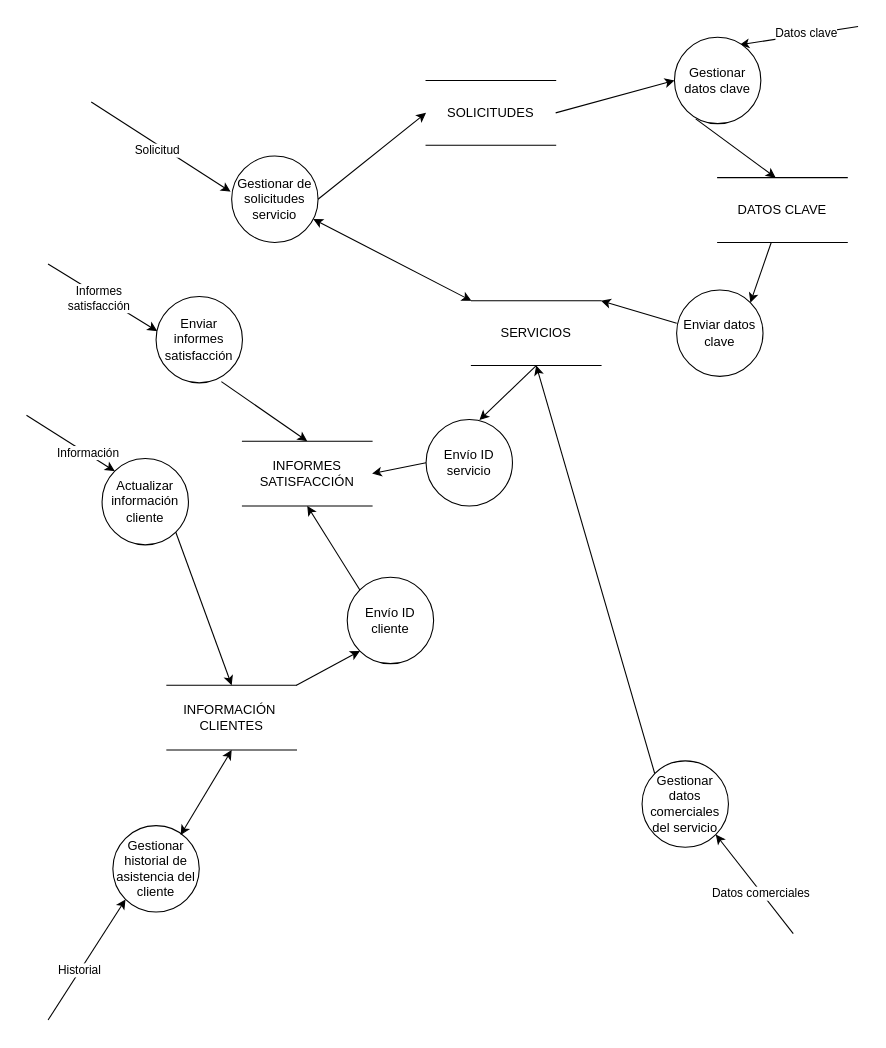
Earlier version of the draw.io diagram IngenieríaDeSoftware/Práctica 2 Actividad 2/DFD Nivel 2.drawio (aloantony/TrabajosEnGrupoGII-DalilaTony). Source tidied: cells renumbered, new cells numbered last; positions are measured from the earlier drawing's top-left corner, leaving out a move shared by most shapes. Both pictures are drawn from the tidied source at 108%, with x=0, y=0 at pixel (26, 26).
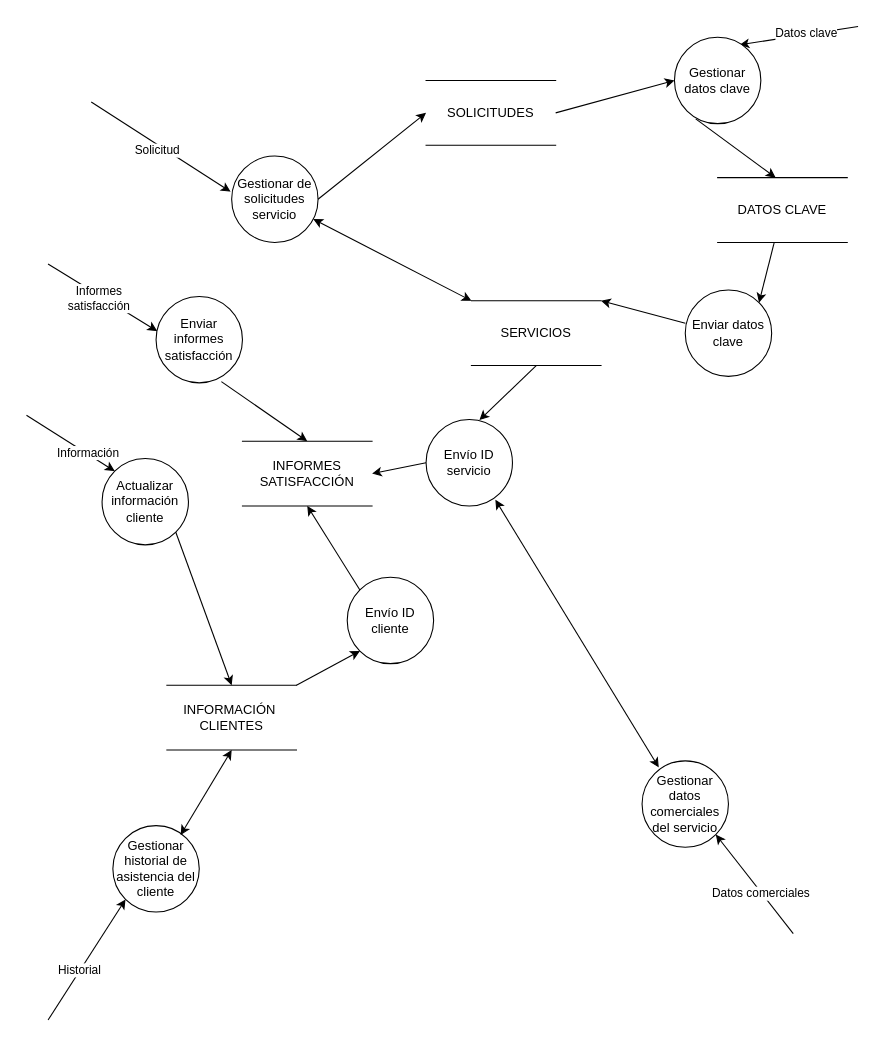
After the change.

The change refers to these unchanged cells:
```xml
<mxCell id="3" value="&lt;div&gt;Gestionar datos comerciales del servicio&lt;br&gt;&lt;/div&gt;" style="ellipse;whiteSpace=wrap;html=1;" parent="1" vertex="1">
  <mxGeometry x="570" y="680" width="80" height="80" as="geometry" />
</mxCell>
<mxCell id="14" value="SERVICIOS" style="shape=partialRectangle;whiteSpace=wrap;html=1;left=0;right=0;fillColor=none;" parent="1" vertex="1">
  <mxGeometry x="412" y="254" width="120" height="60" as="geometry" />
</mxCell>
<mxCell id="36" value="Envío ID servicio" style="ellipse;whiteSpace=wrap;html=1;rotation=0;" parent="1" vertex="1">
  <mxGeometry x="370" y="364" width="80" height="80" as="geometry" />
</mxCell>
```

The edit, as a diff of the source:
```diff
@@
     <mxCell id="27" value="Enviar datos clave" style="ellipse;whiteSpace=wrap;html=1;" parent="1" vertex="1">
-      <mxGeometry x="602" y="244" width="80" height="80" as="geometry" />
+      <mxGeometry x="610" y="244" width="80" height="80" as="geometry" />
     </mxCell>
@@
-    <mxCell id="40" style="endArrow=classic;html=1;rounded=0;exitX=0;exitY=0;exitDx=0;exitDy=0;entryX=0.5;entryY=1;entryDx=0;entryDy=0;" parent="1" edge="1" source="3" target="14">
-      <mxGeometry relative="1" as="geometry" />
-    </mxCell>
@@
+    <mxCell id="42" style="endArrow=classic;startArrow=classic;html=1;rounded=0;entryX=0.802;entryY=0.928;entryDx=0;entryDy=0;entryPerimeter=0;exitX=0.193;exitY=0.076;exitDx=0;exitDy=0;exitPerimeter=0;" parent="1" edge="1" source="3" target="36">
+      <mxGeometry relative="1" as="geometry" />
+    </mxCell>
```
